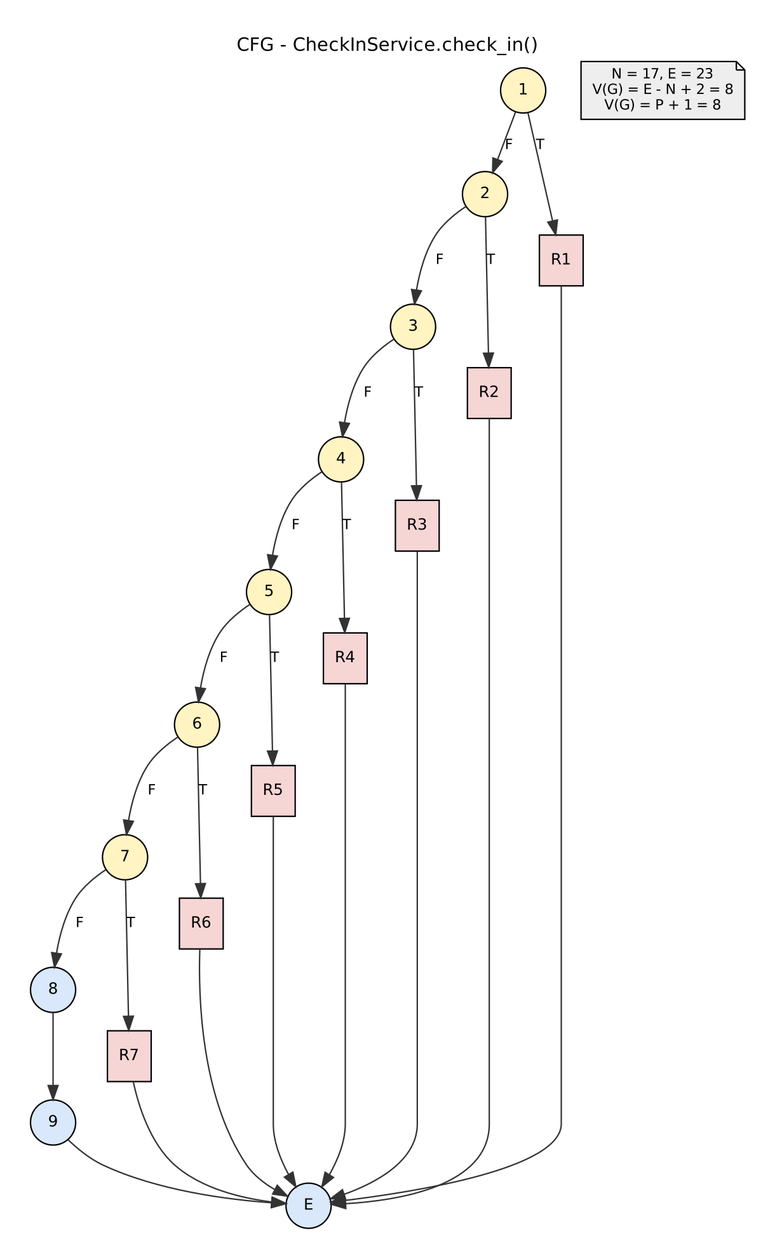
praksingh-2702/AirportMS keeps this Graphviz diagram as docs/diagrams/cfg_check_in.png. Above is the earlier version. Its source is kept beside it as docs/diagrams/cfg_check_in.dot.
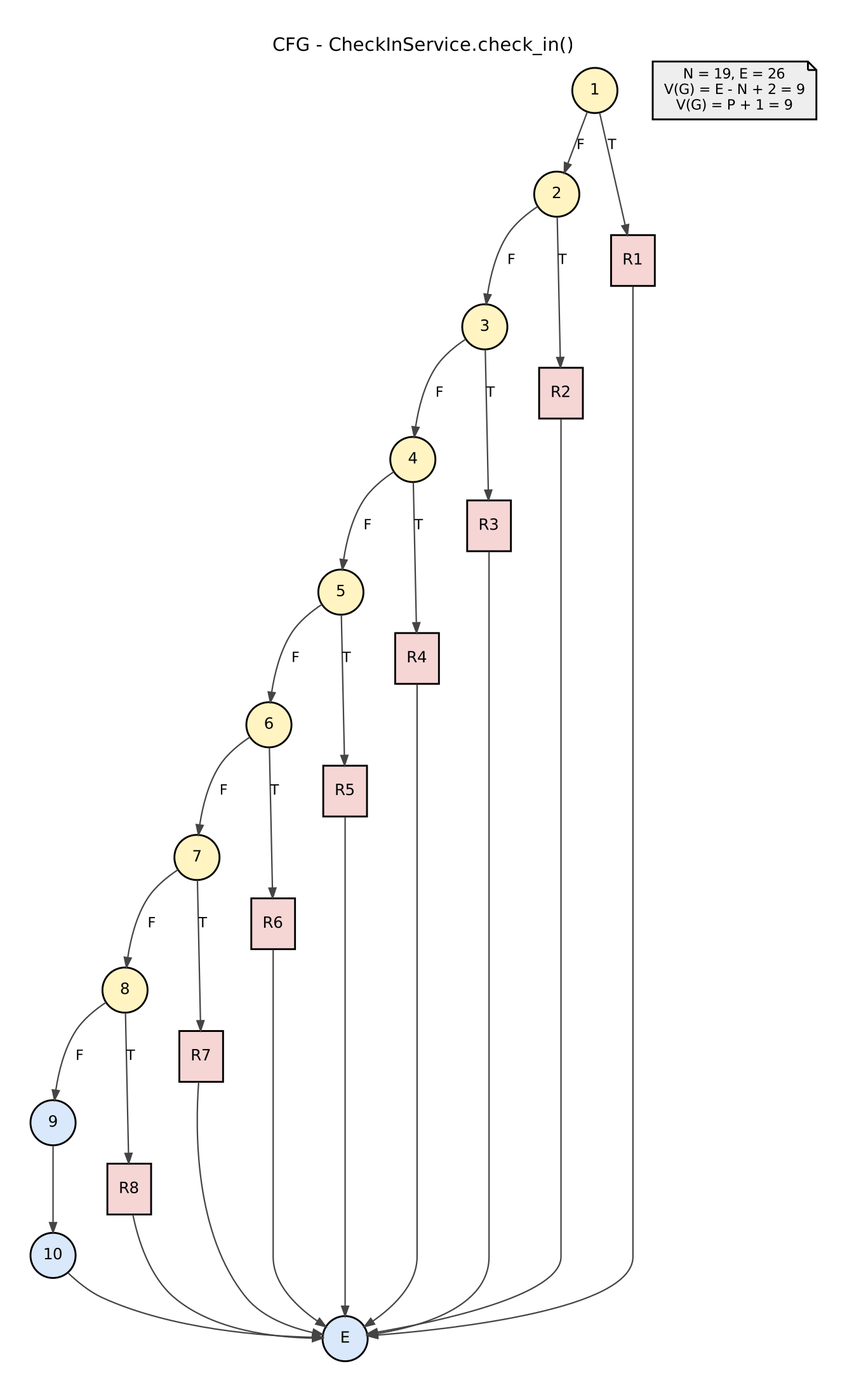
After the change.

What changed in the source:
```diff
@@ -1,9 +1,9 @@
 digraph "cfg_check_in" {
-  graph [fontname="DejaVu Sans" pad=0.3 rankdir=TB nodesep=0.35 ranksep=0.35];
-  node [fontname="DejaVu Sans" fontsize=12];
-  edge [fontname="DejaVu Sans" fontsize=10 color="#333333"];
+  graph [rankdir=TB bgcolor="#FFFFFF" fontname="DejaVu Sans" pad=0.3 splines=true nodesep=0.35 ranksep=0.35];
+  node [fontname="DejaVu Sans" fontsize=12 color="#000000" fillcolor="#D9E8FB" style=filled penwidth=1.3];
+  edge [fontname="DejaVu Sans" fontsize=10 color="#444444" arrowsize=0.7];
   labelloc=t label="CFG - CheckInService.check_in()" fontsize=13;
-  node [shape=circle style=filled fillcolor="#D9E8FB" width=0.45 fixedsize=true fontsize=11];
+  node [shape=circle width=0.45 fixedsize=true fontsize=11];
   "1" [fillcolor="#FFF4C2"];
   "2" [fillcolor="#FFF4C2"];
   "3" [fillcolor="#FFF4C2"];
@@ -11,16 +11,18 @@
   "5" [fillcolor="#FFF4C2"];
   "6" [fillcolor="#FFF4C2"];
   "7" [fillcolor="#FFF4C2"];
-  "8";
+  "8" [fillcolor="#FFF4C2"];
   "9";
+  "10";
   "E";
-  "R1" [fillcolor="#F6D5D5" shape=box fixedsize=false width=0.3 label="R1"];
-  "R2" [fillcolor="#F6D5D5" shape=box fixedsize=false width=0.3 label="R2"];
-  "R3" [fillcolor="#F6D5D5" shape=box fixedsize=false width=0.3 label="R3"];
-  "R4" [fillcolor="#F6D5D5" shape=box fixedsize=false width=0.3 label="R4"];
-  "R5" [fillcolor="#F6D5D5" shape=box fixedsize=false width=0.3 label="R5"];
-  "R6" [fillcolor="#F6D5D5" shape=box fixedsize=false width=0.3 label="R6"];
-  "R7" [fillcolor="#F6D5D5" shape=box fixedsize=false width=0.3 label="R7"];
+  "R1" [shape=box fixedsize=false width=0.3 fillcolor="#F6D5D5"];
+  "R2" [shape=box fixedsize=false width=0.3 fillcolor="#F6D5D5"];
+  "R3" [shape=box fixedsize=false width=0.3 fillcolor="#F6D5D5"];
+  "R4" [shape=box fixedsize=false width=0.3 fillcolor="#F6D5D5"];
+  "R5" [shape=box fixedsize=false width=0.3 fillcolor="#F6D5D5"];
+  "R6" [shape=box fixedsize=false width=0.3 fillcolor="#F6D5D5"];
+  "R7" [shape=box fixedsize=false width=0.3 fillcolor="#F6D5D5"];
+  "R8" [shape=box fixedsize=false width=0.3 fillcolor="#F6D5D5"];
   "1" -> "2" [label="F"];
   "2" -> "3" [label="F"];
   "3" -> "4" [label="F"];
@@ -28,21 +30,24 @@
   "5" -> "6" [label="F"];
   "6" -> "7" [label="F"];
   "7" -> "8" [label="F"];
-  "8" -> "9" [label=""];
-  "9" -> "E" [label=""];
+  "8" -> "9" [label="F"];
+  "9" -> "10";
+  "10" -> "E";
   "1" -> "R1" [label="T"];
-  "R1" -> "E" [label=""];
+  "R1" -> "E";
   "2" -> "R2" [label="T"];
-  "R2" -> "E" [label=""];
+  "R2" -> "E";
   "3" -> "R3" [label="T"];
-  "R3" -> "E" [label=""];
+  "R3" -> "E";
   "4" -> "R4" [label="T"];
-  "R4" -> "E" [label=""];
+  "R4" -> "E";
   "5" -> "R5" [label="T"];
-  "R5" -> "E" [label=""];
+  "R5" -> "E";
   "6" -> "R6" [label="T"];
-  "R6" -> "E" [label=""];
+  "R6" -> "E";
   "7" -> "R7" [label="T"];
-  "R7" -> "E" [label=""];
-  info [shape=note fixedsize=false fillcolor="#EEEEEE" fontsize=10 label="N = 17, E = 23\nV(G) = E - N + 2 = 8\nV(G) = P + 1 = 8"];
+  "R7" -> "E";
+  "8" -> "R8" [label="T"];
+  "R8" -> "E";
+  info [shape=note fixedsize=false fillcolor="#EEEEEE" fontsize=10 label="N = 19, E = 26\nV(G) = E - N + 2 = 9\nV(G) = P + 1 = 9"];
 }
```
